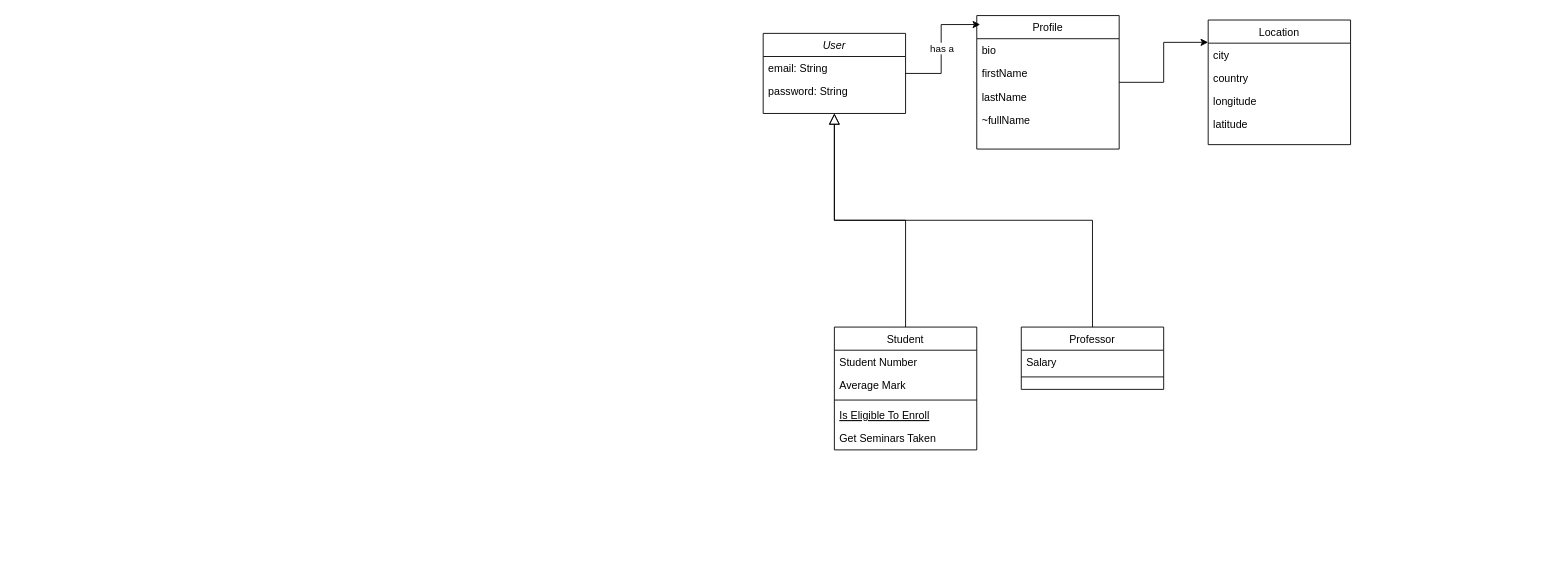
The draw.io diagram Untitled Diagram.drawio in Dabaghi-Anass/lclicka-game, before the edit. Source tidied: cells renumbered, new cells numbered last; positions are measured from the earlier drawing's top-left corner, leaving out a move shared by most shapes. Both pictures are drawn from the tidied source at 89%, with x=0, y=0 at pixel (763, 15).
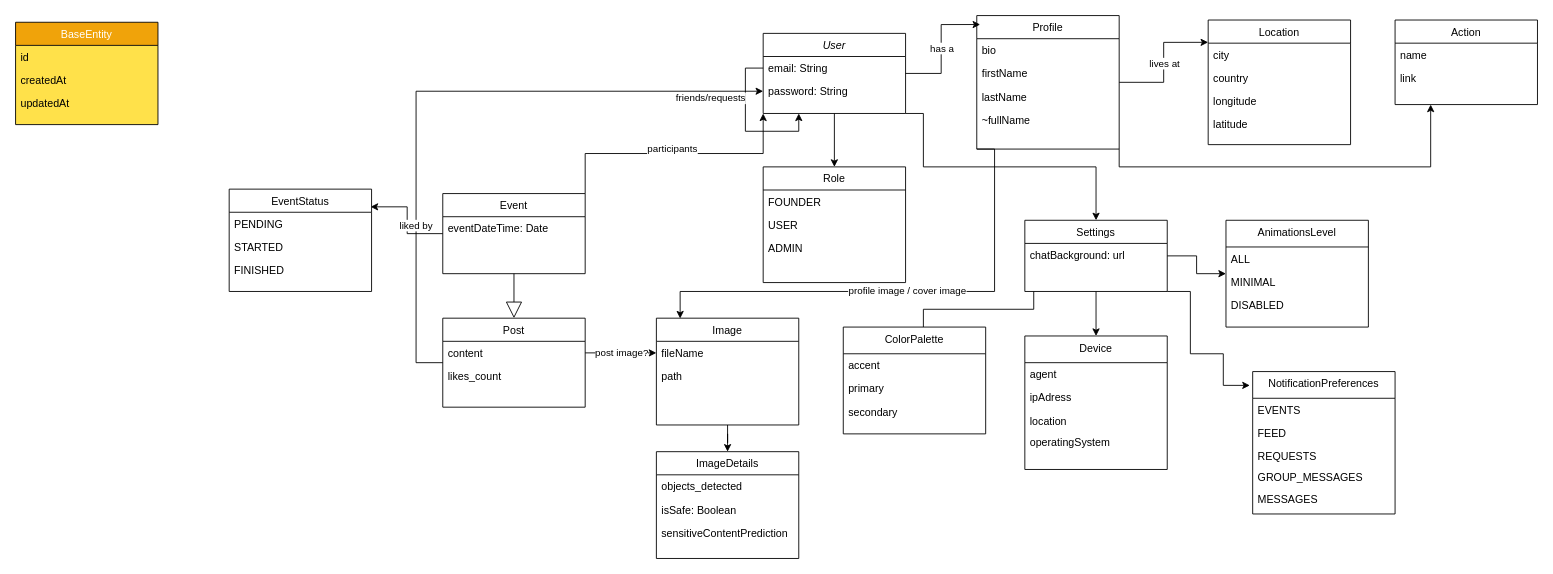
After the change.

Commit message:
added old diagrame by yousef

The change refers to these unchanged cells:
```xml
<mxCell id="2" value="User" style="swimlane;fontStyle=2;align=center;verticalAlign=top;horizontal=1;startSize=26;rounded=0;shadow=0;strokeWidth=1;" parent="1" vertex="1">
  <mxGeometry y="20" width="160" height="90" as="geometry" />
</mxCell>
<mxCell id="3" value="email: String" style="text;align=left;verticalAlign=top;spacingLeft=4;spacingRight=4;overflow=hidden;points=[[0,0.5],[1,0.5]];portConstraint=eastwest;" parent="2" vertex="1">
  <mxGeometry y="26" width="160" height="26" as="geometry" />
</mxCell>
<mxCell id="4" value="password: String" style="text;align=left;verticalAlign=top;spacingLeft=4;spacingRight=4;overflow=hidden;points=[[0,0.5],[1,0.5]];portConstraint=eastwest;rounded=0;shadow=0;html=0;" parent="2" vertex="1">
  <mxGeometry y="52" width="160" height="26" as="geometry" />
</mxCell>
<mxCell id="16" value="Profile" style="swimlane;fontStyle=0;align=center;verticalAlign=top;horizontal=1;startSize=26;rounded=0;shadow=0;strokeWidth=1;" parent="1" vertex="1">
  <mxGeometry x="240" width="160" height="150" as="geometry" />
</mxCell>
<mxCell id="28" style="edgeStyle=orthogonalEdgeStyle;rounded=0;jettySize=auto;html=1;entryX=0;entryY=0.179;entryDx=0;entryDy=0;entryPerimeter=0;" parent="1" edge="1" source="16" target="23">
  <mxGeometry relative="1" as="geometry" />
</mxCell>
```

Change to the diagram source:
```diff
@@
+    <mxCell id="29" style="edgeStyle=orthogonalEdgeStyle;rounded=0;jettySize=auto;html=1;entryX=0.5;entryY=0;entryDx=0;entryDy=0;" parent="1" edge="1" source="2" target="12">
+      <mxGeometry relative="1" as="geometry" />
+    </mxCell>
+    <mxCell id="30" style="edgeStyle=orthogonalEdgeStyle;rounded=0;jettySize=auto;html=1;exitX=1;exitY=1;exitDx=0;exitDy=0;entryX=0.5;entryY=0;entryDx=0;entryDy=0;" parent="1" edge="1" source="2" target="40">
+      <mxGeometry relative="1" as="geometry">
+        <Array as="points">
+          <mxPoint x="180" y="110" />
+          <mxPoint x="180" y="170" />
+          <mxPoint x="374" y="170" />
+        </Array>
+      </mxGeometry>
+    </mxCell>
@@
+    <mxCell id="31" style="edgeStyle=orthogonalEdgeStyle;rounded=0;jettySize=auto;html=1;entryX=0.25;entryY=1;entryDx=0;entryDy=0;" parent="2" edge="1" source="3" target="2">
+      <mxGeometry relative="1" as="geometry" />
+    </mxCell>
+    <mxCell id="32" value="friends/requests" style="edgeLabel;html=1;align=center;verticalAlign=middle;" parent="31" vertex="1">
+      <mxGeometry x="-0.35" relative="1" as="geometry">
+        <mxPoint x="-40" y="-3" as="offset" />
+      </mxGeometry>
+    </mxCell>
@@
-    <mxCell id="5" value="Student" style="swimlane;fontStyle=0;align=center;verticalAlign=top;horizontal=1;startSize=26;rounded=0;shadow=0;strokeWidth=1;" parent="1" vertex="1">
-      <mxGeometry x="80" y="350" width="160" height="138" as="geometry" />
-    </mxCell>
-    <mxCell id="6" value="Student Number" style="text;align=left;verticalAlign=top;spacingLeft=4;spacingRight=4;overflow=hidden;" parent="5" vertex="1">
-      <mxGeometry y="26" width="160" height="26" as="geometry" />
-    </mxCell>
-    <mxCell id="7" value="Average Mark" style="text;align=left;verticalAlign=top;spacingLeft=4;spacingRight=4;overflow=hidden;rounded=0;shadow=0;html=0;" parent="5" vertex="1">
-      <mxGeometry y="52" width="160" height="26" as="geometry" />
-    </mxCell>
-    <mxCell id="8" style="line;html=1;strokeWidth=1;align=left;verticalAlign=middle;spacingTop=-1;spacingLeft=3;spacingRight=3;labelPosition=right;" parent="5" vertex="1">
-      <mxGeometry y="78" width="160" height="8" as="geometry" />
-    </mxCell>
-    <mxCell id="9" value="Is Eligible To Enroll" style="text;align=left;verticalAlign=top;spacingLeft=4;spacingRight=4;overflow=hidden;fontStyle=4;" parent="5" vertex="1">
-      <mxGeometry y="86" width="160" height="26" as="geometry" />
-    </mxCell>
-    <mxCell id="10" value="Get Seminars Taken" style="text;align=left;verticalAlign=top;spacingLeft=4;spacingRight=4;overflow=hidden;" parent="5" vertex="1">
-      <mxGeometry y="112" width="160" height="26" as="geometry" />
-    </mxCell>
-    <mxCell id="11" style="endArrow=block;endSize=10;endFill=0;shadow=0;strokeWidth=1;rounded=0;curved=0;edgeStyle=elbowEdgeStyle;elbow=vertical;" parent="1" edge="1" source="5" target="2">
-      <mxGeometry relative="1" as="geometry" />
-    </mxCell>
-    <mxCell id="12" value="Professor" style="swimlane;fontStyle=0;align=center;verticalAlign=top;horizontal=1;startSize=26;rounded=0;shadow=0;strokeWidth=1;" parent="1" vertex="1">
-      <mxGeometry x="290" y="350" width="160" height="70" as="geometry" />
+    <mxCell id="12" value="Role" style="swimlane;fontStyle=0;align=center;verticalAlign=top;horizontal=1;startSize=26;rounded=0;shadow=0;strokeWidth=1;" parent="1" vertex="1">
+      <mxGeometry y="170" width="160" height="130" as="geometry" />
     </mxCell>
-    <mxCell id="13" value="Salary" style="text;align=left;verticalAlign=top;spacingLeft=4;spacingRight=4;overflow=hidden;" parent="12" vertex="1">
+    <mxCell id="13" value="FOUNDER" style="text;align=left;verticalAlign=top;spacingLeft=4;spacingRight=4;overflow=hidden;" parent="12" vertex="1">
       <mxGeometry y="26" width="160" height="26" as="geometry" />
     </mxCell>
-    <mxCell id="14" style="line;html=1;strokeWidth=1;align=left;verticalAlign=middle;spacingTop=-1;spacingLeft=3;spacingRight=3;labelPosition=right;" parent="12" vertex="1">
-      <mxGeometry y="52" width="160" height="8" as="geometry" />
-    </mxCell>
-    <mxCell id="15" style="endArrow=block;endSize=10;endFill=0;shadow=0;strokeWidth=1;rounded=0;curved=0;edgeStyle=elbowEdgeStyle;elbow=vertical;" parent="1" edge="1" source="12" target="2">
-      <mxGeometry relative="1" as="geometry" />
-    </mxCell>
+    <mxCell id="33" value="USER" style="text;align=left;verticalAlign=top;spacingLeft=4;spacingRight=4;overflow=hidden;" parent="12" vertex="1">
+      <mxGeometry y="52" width="160" height="26" as="geometry" />
+    </mxCell>
+    <mxCell id="34" value="ADMIN" style="text;align=left;verticalAlign=top;spacingLeft=4;spacingRight=4;overflow=hidden;" parent="12" vertex="1">
+      <mxGeometry y="78" width="160" height="26" as="geometry" />
+    </mxCell>
+    <mxCell id="35" style="edgeStyle=orthogonalEdgeStyle;rounded=0;jettySize=auto;html=1;exitX=1;exitY=1;exitDx=0;exitDy=0;entryX=0.25;entryY=1;entryDx=0;entryDy=0;" parent="1" edge="1" source="16" target="93">
+      <mxGeometry relative="1" as="geometry" />
+    </mxCell>
@@
+    <mxCell id="36" value="lives at" style="edgeLabel;html=1;align=center;verticalAlign=middle;" parent="28" vertex="1">
+      <mxGeometry relative="1" as="geometry" />
+    </mxCell>
+    <mxCell id="37" style="edgeStyle=orthogonalEdgeStyle;rounded=0;jettySize=auto;html=1;" parent="1" edge="1" source="40" target="42">
+      <mxGeometry relative="1" as="geometry" />
+    </mxCell>
+    <mxCell id="38" style="edgeStyle=orthogonalEdgeStyle;rounded=0;orthogonalLoop=1;jettySize=auto;html=1;exitX=0;exitY=0.75;exitDx=0;exitDy=0;" parent="1" edge="1">
+      <mxGeometry relative="1" as="geometry">
+        <mxPoint x="304" y="310" as="sourcePoint" />
+        <mxPoint x="180" y="370" as="targetPoint" />
+        <Array as="points">
+          <mxPoint x="304" y="330" />
+          <mxPoint x="180" y="330" />
+        </Array>
+      </mxGeometry>
+    </mxCell>
+    <mxCell id="39" style="edgeStyle=orthogonalEdgeStyle;rounded=0;jettySize=auto;html=1;" parent="1" edge="1" source="40" target="46">
+      <mxGeometry relative="1" as="geometry" />
+    </mxCell>
+    <mxCell id="40" value="Settings" style="swimlane;fontStyle=0;align=center;verticalAlign=top;horizontal=1;startSize=26;rounded=0;shadow=0;strokeWidth=1;" parent="1" vertex="1">
+      <mxGeometry x="294" y="230" width="160" height="80" as="geometry" />
+    </mxCell>
+    <mxCell id="41" value="chatBackground: url" style="text;align=left;verticalAlign=top;spacingLeft=4;spacingRight=4;overflow=hidden;" parent="40" vertex="1">
+      <mxGeometry y="26" width="160" height="26" as="geometry" />
+    </mxCell>
+    <mxCell id="42" value="AnimationsLevel" style="swimlane;fontStyle=0;align=center;verticalAlign=top;horizontal=1;startSize=30;rounded=0;shadow=0;strokeWidth=1;" parent="1" vertex="1">
+      <mxGeometry x="520" y="230" width="160" height="120" as="geometry" />
+    </mxCell>
+    <mxCell id="43" value="ALL" style="text;align=left;verticalAlign=top;spacingLeft=4;spacingRight=4;overflow=hidden;" parent="42" vertex="1">
+      <mxGeometry y="30" width="160" height="26" as="geometry" />
+    </mxCell>
+    <mxCell id="44" value="MINIMAL" style="text;align=left;verticalAlign=top;spacingLeft=4;spacingRight=4;overflow=hidden;" parent="42" vertex="1">
+      <mxGeometry y="56" width="160" height="26" as="geometry" />
+    </mxCell>
+    <mxCell id="45" value="DISABLED" style="text;align=left;verticalAlign=top;spacingLeft=4;spacingRight=4;overflow=hidden;" parent="42" vertex="1">
+      <mxGeometry y="82" width="160" height="24" as="geometry" />
+    </mxCell>
+    <mxCell id="46" value="Device" style="swimlane;fontStyle=0;align=center;verticalAlign=top;horizontal=1;startSize=30;rounded=0;shadow=0;strokeWidth=1;" parent="1" vertex="1">
+      <mxGeometry x="294" y="360" width="160" height="150" as="geometry" />
+    </mxCell>
+    <mxCell id="47" value="agent    " style="text;align=left;verticalAlign=top;spacingLeft=4;spacingRight=4;overflow=hidden;" parent="46" vertex="1">
+      <mxGeometry y="30" width="160" height="26" as="geometry" />
+    </mxCell>
+    <mxCell id="48" value="ipAdress" style="text;align=left;verticalAlign=top;spacingLeft=4;spacingRight=4;overflow=hidden;" parent="46" vertex="1">
+      <mxGeometry y="56" width="160" height="26" as="geometry" />
+    </mxCell>
+    <mxCell id="49" value="location" style="text;align=left;verticalAlign=top;spacingLeft=4;spacingRight=4;overflow=hidden;" parent="46" vertex="1">
+      <mxGeometry y="82" width="160" height="24" as="geometry" />
+    </mxCell>
+    <mxCell id="50" value="operatingSystem" style="text;align=left;verticalAlign=top;spacingLeft=4;spacingRight=4;overflow=hidden;" parent="46" vertex="1">
+      <mxGeometry y="106" width="160" height="24" as="geometry" />
+    </mxCell>
+    <mxCell id="51" value="ColorPalette" style="swimlane;fontStyle=0;align=center;verticalAlign=top;horizontal=1;startSize=30;rounded=0;shadow=0;strokeWidth=1;" parent="1" vertex="1">
+      <mxGeometry x="90" y="350" width="160" height="120" as="geometry" />
+    </mxCell>
+    <mxCell id="52" value="accent" style="text;align=left;verticalAlign=top;spacingLeft=4;spacingRight=4;overflow=hidden;" parent="51" vertex="1">
+      <mxGeometry y="30" width="160" height="26" as="geometry" />
+    </mxCell>
+    <mxCell id="53" value="primary" style="text;align=left;verticalAlign=top;spacingLeft=4;spacingRight=4;overflow=hidden;" parent="51" vertex="1">
+      <mxGeometry y="56" width="160" height="26" as="geometry" />
+    </mxCell>
+    <mxCell id="54" value="secondary" style="text;align=left;verticalAlign=top;spacingLeft=4;spacingRight=4;overflow=hidden;" parent="51" vertex="1">
+      <mxGeometry y="82" width="160" height="24" as="geometry" />
+    </mxCell>
+    <mxCell id="55" value="NotificationPreferences" style="swimlane;fontStyle=0;align=center;verticalAlign=top;horizontal=1;startSize=30;rounded=0;shadow=0;strokeWidth=1;" parent="1" vertex="1">
+      <mxGeometry x="550" y="400" width="160" height="160" as="geometry" />
+    </mxCell>
+    <mxCell id="56" value="EVENTS" style="text;align=left;verticalAlign=top;spacingLeft=4;spacingRight=4;overflow=hidden;" parent="55" vertex="1">
+      <mxGeometry y="30" width="160" height="26" as="geometry" />
+    </mxCell>
+    <mxCell id="57" value="FEED" style="text;align=left;verticalAlign=top;spacingLeft=4;spacingRight=4;overflow=hidden;" parent="55" vertex="1">
+      <mxGeometry y="56" width="160" height="26" as="geometry" />
+    </mxCell>
+    <mxCell id="58" value="REQUESTS" style="text;align=left;verticalAlign=top;spacingLeft=4;spacingRight=4;overflow=hidden;" parent="55" vertex="1">
+      <mxGeometry y="82" width="160" height="24" as="geometry" />
+    </mxCell>
+    <mxCell id="59" value="GROUP_MESSAGES" style="text;align=left;verticalAlign=top;spacingLeft=4;spacingRight=4;overflow=hidden;" parent="55" vertex="1">
+      <mxGeometry y="106" width="160" height="24" as="geometry" />
+    </mxCell>
+    <mxCell id="60" value="MESSAGES" style="text;align=left;verticalAlign=top;spacingLeft=4;spacingRight=4;overflow=hidden;" parent="55" vertex="1">
+      <mxGeometry y="130" width="160" height="24" as="geometry" />
+    </mxCell>
+    <mxCell id="61" style="edgeStyle=orthogonalEdgeStyle;rounded=0;jettySize=auto;html=1;exitX=1;exitY=1;exitDx=0;exitDy=0;entryX=-0.02;entryY=0.097;entryDx=0;entryDy=0;entryPerimeter=0;" parent="1" edge="1" source="40" target="55">
+      <mxGeometry relative="1" as="geometry">
+        <Array as="points">
+          <mxPoint x="480" y="310" />
+          <mxPoint x="480" y="380" />
+          <mxPoint x="517" y="380" />
+          <mxPoint x="517" y="415" />
+        </Array>
+      </mxGeometry>
+    </mxCell>
+    <mxCell id="62" style="edgeStyle=orthogonalEdgeStyle;rounded=0;jettySize=auto;html=1;exitX=1;exitY=0;exitDx=0;exitDy=0;entryX=0;entryY=1;entryDx=0;entryDy=0;" parent="1" edge="1" source="65" target="2">
+      <mxGeometry relative="1" as="geometry" />
+    </mxCell>
+    <mxCell id="63" value="participants&lt;div&gt;&lt;br&gt;&lt;/div&gt;" style="edgeLabel;html=1;align=center;verticalAlign=middle;" parent="62" vertex="1">
+      <mxGeometry x="-0.02" y="-1" relative="1" as="geometry" />
+    </mxCell>
+    <mxCell id="64" style="edgeStyle=orthogonalEdgeStyle;rounded=0;jettySize=auto;html=1;entryX=0.993;entryY=0.173;entryDx=0;entryDy=0;entryPerimeter=0;" parent="1" edge="1" source="65" target="83">
+      <mxGeometry relative="1" as="geometry" />
+    </mxCell>
+    <mxCell id="65" value="Event" style="swimlane;fontStyle=0;align=center;verticalAlign=top;horizontal=1;startSize=26;rounded=0;shadow=0;strokeWidth=1;" parent="1" vertex="1">
+      <mxGeometry x="-360" y="200" width="160" height="90" as="geometry" />
+    </mxCell>
+    <mxCell id="66" value="eventDateTime: Date" style="text;align=left;verticalAlign=top;spacingLeft=4;spacingRight=4;overflow=hidden;" parent="65" vertex="1">
+      <mxGeometry y="26" width="160" height="26" as="geometry" />
+    </mxCell>
+    <mxCell id="67" style="edgeStyle=orthogonalEdgeStyle;rounded=0;jettySize=auto;html=1;" parent="1" edge="1" source="69" target="4">
+      <mxGeometry relative="1" as="geometry">
+        <Array as="points">
+          <mxPoint x="-390" y="390" />
+          <mxPoint x="-390" y="85" />
+        </Array>
+      </mxGeometry>
+    </mxCell>
+    <mxCell id="68" value="liked by" style="edgeLabel;html=1;align=center;verticalAlign=middle;" parent="67" vertex="1">
+      <mxGeometry x="-0.49" y="1" relative="1" as="geometry" />
+    </mxCell>
+    <mxCell id="69" value="Post" style="swimlane;fontStyle=0;align=center;verticalAlign=top;horizontal=1;startSize=26;rounded=0;shadow=0;strokeWidth=1;" parent="1" vertex="1">
+      <mxGeometry x="-360" y="340" width="160" height="100" as="geometry" />
+    </mxCell>
+    <mxCell id="70" value="content" style="text;align=left;verticalAlign=top;spacingLeft=4;spacingRight=4;overflow=hidden;points=[[0,0.5],[1,0.5]];portConstraint=eastwest;" parent="69" vertex="1">
+      <mxGeometry y="26" width="160" height="26" as="geometry" />
+    </mxCell>
+    <mxCell id="71" value="likes_count" style="text;align=left;verticalAlign=top;spacingLeft=4;spacingRight=4;overflow=hidden;" parent="69" vertex="1">
+      <mxGeometry y="52" width="160" height="26" as="geometry" />
+    </mxCell>
+    <mxCell id="72" style="edgeStyle=orthogonalEdgeStyle;rounded=0;jettySize=auto;html=1;entryX=0.5;entryY=0;entryDx=0;entryDy=0;" parent="1" edge="1" source="73" target="78">
+      <mxGeometry relative="1" as="geometry" />
+    </mxCell>
+    <mxCell id="73" value="Image" style="swimlane;fontStyle=0;align=center;verticalAlign=top;horizontal=1;startSize=26;rounded=0;shadow=0;strokeWidth=1;" parent="1" vertex="1">
+      <mxGeometry x="-120" y="340" width="160" height="120" as="geometry" />
+    </mxCell>
+    <mxCell id="74" value="fileName" style="text;align=left;verticalAlign=top;spacingLeft=4;spacingRight=4;overflow=hidden;" parent="73" vertex="1">
+      <mxGeometry y="26" width="160" height="26" as="geometry" />
+    </mxCell>
+    <mxCell id="75" value="path" style="text;align=left;verticalAlign=top;spacingLeft=4;spacingRight=4;overflow=hidden;" parent="73" vertex="1">
+      <mxGeometry y="52" width="160" height="26" as="geometry" />
+    </mxCell>
+    <mxCell id="76" style="edgeStyle=orthogonalEdgeStyle;rounded=0;jettySize=auto;html=1;exitX=1;exitY=0.5;exitDx=0;exitDy=0;entryX=0;entryY=0.5;entryDx=0;entryDy=0;" parent="1" edge="1" source="70">
+      <mxGeometry relative="1" as="geometry">
+        <mxPoint x="-120" y="379" as="targetPoint" />
+      </mxGeometry>
+    </mxCell>
+    <mxCell id="77" value="post image?" style="edgeLabel;html=1;align=center;verticalAlign=middle;" parent="76" vertex="1">
+      <mxGeometry x="0.02" y="1" relative="1" as="geometry" />
+    </mxCell>
+    <mxCell id="78" value="ImageDetails" style="swimlane;fontStyle=0;align=center;verticalAlign=top;horizontal=1;startSize=26;rounded=0;shadow=0;strokeWidth=1;" parent="1" vertex="1">
+      <mxGeometry x="-120" y="490" width="160" height="120" as="geometry" />
+    </mxCell>
+    <mxCell id="79" value="objects_detected" style="text;align=left;verticalAlign=top;spacingLeft=4;spacingRight=4;overflow=hidden;" parent="78" vertex="1">
+      <mxGeometry y="26" width="160" height="26" as="geometry" />
+    </mxCell>
+    <mxCell id="80" value="isSafe: Boolean" style="text;align=left;verticalAlign=top;spacingLeft=4;spacingRight=4;overflow=hidden;" parent="78" vertex="1">
+      <mxGeometry y="52" width="160" height="26" as="geometry" />
+    </mxCell>
+    <mxCell id="81" value="sensitiveContentPrediction" style="text;align=left;verticalAlign=top;spacingLeft=4;spacingRight=4;overflow=hidden;" parent="78" vertex="1">
+      <mxGeometry y="78" width="160" height="26" as="geometry" />
+    </mxCell>
+    <mxCell id="82" style="endArrow=block;endSize=16;endFill=0;html=1;rounded=0;exitX=0.5;exitY=1;exitDx=0;exitDy=0;entryX=0.5;entryY=0;entryDx=0;entryDy=0;" parent="1" edge="1" source="65" target="69">
+      <mxGeometry relative="1" as="geometry" />
+    </mxCell>
+    <mxCell id="83" value="EventStatus" style="swimlane;fontStyle=0;align=center;verticalAlign=top;horizontal=1;startSize=26;rounded=0;shadow=0;strokeWidth=1;" parent="1" vertex="1">
+      <mxGeometry x="-600" y="195" width="160" height="115" as="geometry" />
+    </mxCell>
+    <mxCell id="84" value="PENDING" style="text;align=left;verticalAlign=top;spacingLeft=4;spacingRight=4;overflow=hidden;" parent="83" vertex="1">
+      <mxGeometry y="26" width="160" height="26" as="geometry" />
+    </mxCell>
+    <mxCell id="85" value="STARTED" style="text;align=left;verticalAlign=top;spacingLeft=4;spacingRight=4;overflow=hidden;" parent="83" vertex="1">
+      <mxGeometry y="52" width="160" height="26" as="geometry" />
+    </mxCell>
+    <mxCell id="86" value="FINISHED" style="text;align=left;verticalAlign=top;spacingLeft=4;spacingRight=4;overflow=hidden;" parent="83" vertex="1">
+      <mxGeometry y="78" width="160" height="26" as="geometry" />
+    </mxCell>
+    <mxCell id="87" style="edgeStyle=orthogonalEdgeStyle;rounded=0;jettySize=auto;html=1;exitX=0;exitY=1;exitDx=0;exitDy=0;entryX=0.167;entryY=0.003;entryDx=0;entryDy=0;entryPerimeter=0;" parent="1" edge="1" source="16" target="73">
+      <mxGeometry relative="1" as="geometry">
+        <Array as="points">
+          <mxPoint x="260" y="150" />
+          <mxPoint x="260" y="310" />
+          <mxPoint x="-93" y="310" />
+        </Array>
+      </mxGeometry>
+    </mxCell>
+    <mxCell id="88" value="profile image / cover image" style="edgeLabel;html=1;align=center;verticalAlign=middle;" parent="87" vertex="1">
+      <mxGeometry x="-0.01" y="-2" relative="1" as="geometry" />
+    </mxCell>
+    <mxCell id="89" value="BaseEntity" style="swimlane;fontStyle=0;align=center;verticalAlign=top;horizontal=1;startSize=26;rounded=0;shadow=0;strokeWidth=1;labelBackgroundColor=none;fillColor=#f0a30a;strokeColor=default;swimlaneFillColor=#FFE14A;fontColor=#FFFFFF;" parent="1" vertex="1">
+      <mxGeometry x="-840" y="7.5" width="160" height="115" as="geometry" />
+    </mxCell>
+    <mxCell id="90" value="id" style="text;align=left;verticalAlign=top;spacingLeft=4;spacingRight=4;overflow=hidden;" parent="89" vertex="1">
+      <mxGeometry y="26" width="160" height="26" as="geometry" />
+    </mxCell>
+    <mxCell id="91" value="createdAt" style="text;align=left;verticalAlign=top;spacingLeft=4;spacingRight=4;overflow=hidden;" parent="89" vertex="1">
+      <mxGeometry y="52" width="160" height="26" as="geometry" />
+    </mxCell>
+    <mxCell id="92" value="updatedAt" style="text;align=left;verticalAlign=top;spacingLeft=4;spacingRight=4;overflow=hidden;" parent="89" vertex="1">
+      <mxGeometry y="78" width="160" height="26" as="geometry" />
+    </mxCell>
+    <mxCell id="93" value="Action" style="swimlane;fontStyle=0;align=center;verticalAlign=top;horizontal=1;startSize=26;rounded=0;shadow=0;strokeWidth=1;" parent="1" vertex="1">
+      <mxGeometry x="710" y="5" width="160" height="95" as="geometry" />
+    </mxCell>
+    <mxCell id="94" value="name" style="text;align=left;verticalAlign=top;spacingLeft=4;spacingRight=4;overflow=hidden;" parent="93" vertex="1">
+      <mxGeometry y="26" width="160" height="26" as="geometry" />
+    </mxCell>
+    <mxCell id="95" value="link" style="text;align=left;verticalAlign=top;spacingLeft=4;spacingRight=4;overflow=hidden;" parent="93" vertex="1">
+      <mxGeometry y="52" width="160" height="26" as="geometry" />
+    </mxCell>
```
